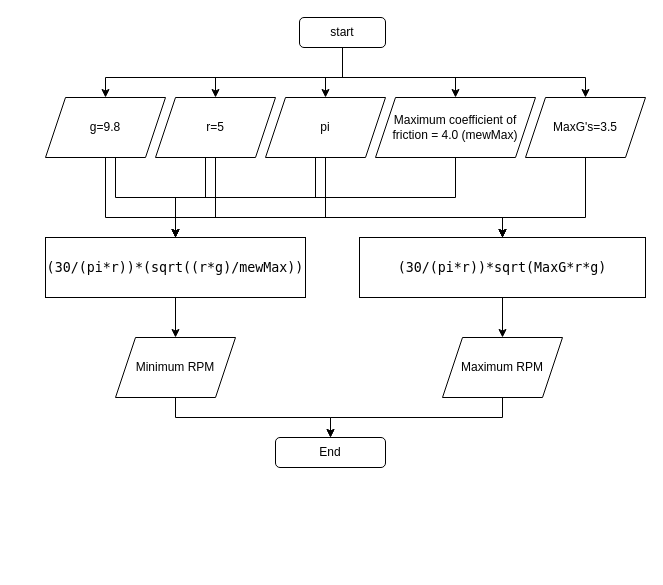
Before: Untitled Diagram.drawio in ShhhhTheBaby/draw.io, a draw.io diagram. Source tidied: cells renumbered, new cells numbered last; positions are measured from the earlier drawing's top-left corner, leaving out a move shared by most shapes. Both pictures are drawn from the tidied source at 100%, with x=0, y=0 at pixel (45, 17).
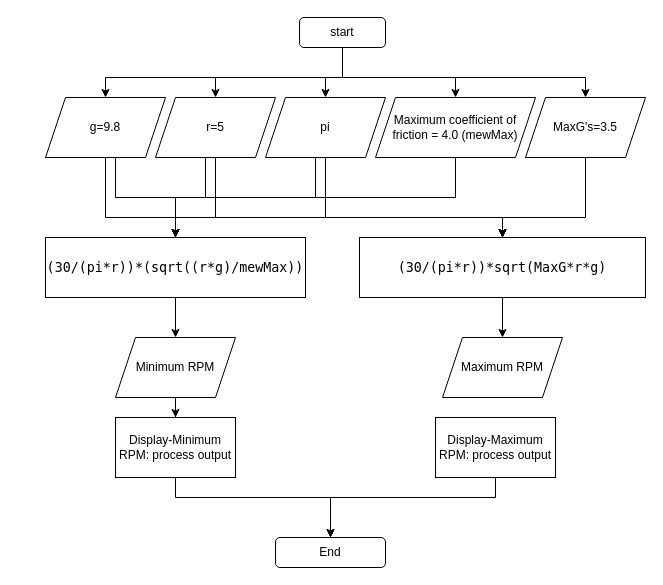
The same page after the edit.

The change refers to these unchanged cells:
```xml
<mxCell id="20" value="Minimum RPM" style="shape=parallelogram;perimeter=parallelogramPerimeter;whiteSpace=wrap;html=1;fixedSize=1;" parent="1" vertex="1">
  <mxGeometry x="70" y="320" width="120" height="60" as="geometry" />
</mxCell>
<mxCell id="22" value="Maximum RPM" style="shape=parallelogram;perimeter=parallelogramPerimeter;whiteSpace=wrap;html=1;fixedSize=1;" parent="1" vertex="1">
  <mxGeometry x="397" y="320" width="120" height="60" as="geometry" />
</mxCell>
```

What changed in the source:
```diff
@@
-    <mxCell id="19" style="edgeStyle=orthogonalEdgeStyle;rounded=0;jettySize=auto;html=1;entryX=0.5;entryY=0;entryDx=0;entryDy=0;" parent="1" edge="1" source="20" target="29">
-      <mxGeometry relative="1" as="geometry">
-        <Array as="points">
-          <mxPoint x="130" y="400" />
-          <mxPoint x="285" y="400" />
-        </Array>
-      </mxGeometry>
-    </mxCell>
+    <mxCell id="30" style="edgeStyle=orthogonalEdgeStyle;rounded=0;jettySize=auto;html=1;" parent="1" edge="1" source="20" target="32">
+      <mxGeometry relative="1" as="geometry" />
+    </mxCell>
@@
-    <mxCell id="21" style="edgeStyle=orthogonalEdgeStyle;rounded=0;jettySize=auto;html=1;entryX=0.5;entryY=0;entryDx=0;entryDy=0;" parent="1" edge="1" source="22" target="29">
-      <mxGeometry relative="1" as="geometry">
-        <Array as="points">
-          <mxPoint x="457" y="400" />
-          <mxPoint x="285" y="400" />
-        </Array>
-      </mxGeometry>
-    </mxCell>
@@
     <mxCell id="29" value="End" style="rounded=1;whiteSpace=wrap;html=1;" parent="1" vertex="1">
-      <mxGeometry x="230" y="420" width="110" height="30" as="geometry" />
+      <mxGeometry x="230" y="520" width="110" height="30" as="geometry" />
     </mxCell>
+    <mxCell id="31" style="edgeStyle=orthogonalEdgeStyle;rounded=0;jettySize=auto;html=1;entryX=0.5;entryY=0;entryDx=0;entryDy=0;" parent="1" edge="1" source="32" target="29">
+      <mxGeometry relative="1" as="geometry">
+        <Array as="points">
+          <mxPoint x="130" y="480" />
+          <mxPoint x="285" y="480" />
+        </Array>
+      </mxGeometry>
+    </mxCell>
+    <mxCell id="32" value="Display-Minimum RPM: process output" style="whiteSpace=wrap;html=1;" parent="1" vertex="1">
+      <mxGeometry x="70" y="400" width="120" height="60" as="geometry" />
+    </mxCell>
+    <mxCell id="33" style="edgeStyle=orthogonalEdgeStyle;rounded=0;jettySize=auto;html=1;entryX=0.5;entryY=0;entryDx=0;entryDy=0;" parent="1" edge="1" source="34" target="29">
+      <mxGeometry relative="1" as="geometry">
+        <Array as="points">
+          <mxPoint x="450" y="480" />
+          <mxPoint x="285" y="480" />
+        </Array>
+      </mxGeometry>
+    </mxCell>
+    <mxCell id="34" value="Display-Maximum RPM: process output" style="whiteSpace=wrap;html=1;" parent="1" vertex="1">
+      <mxGeometry x="390" y="400" width="120" height="60" as="geometry" />
+    </mxCell>
```
